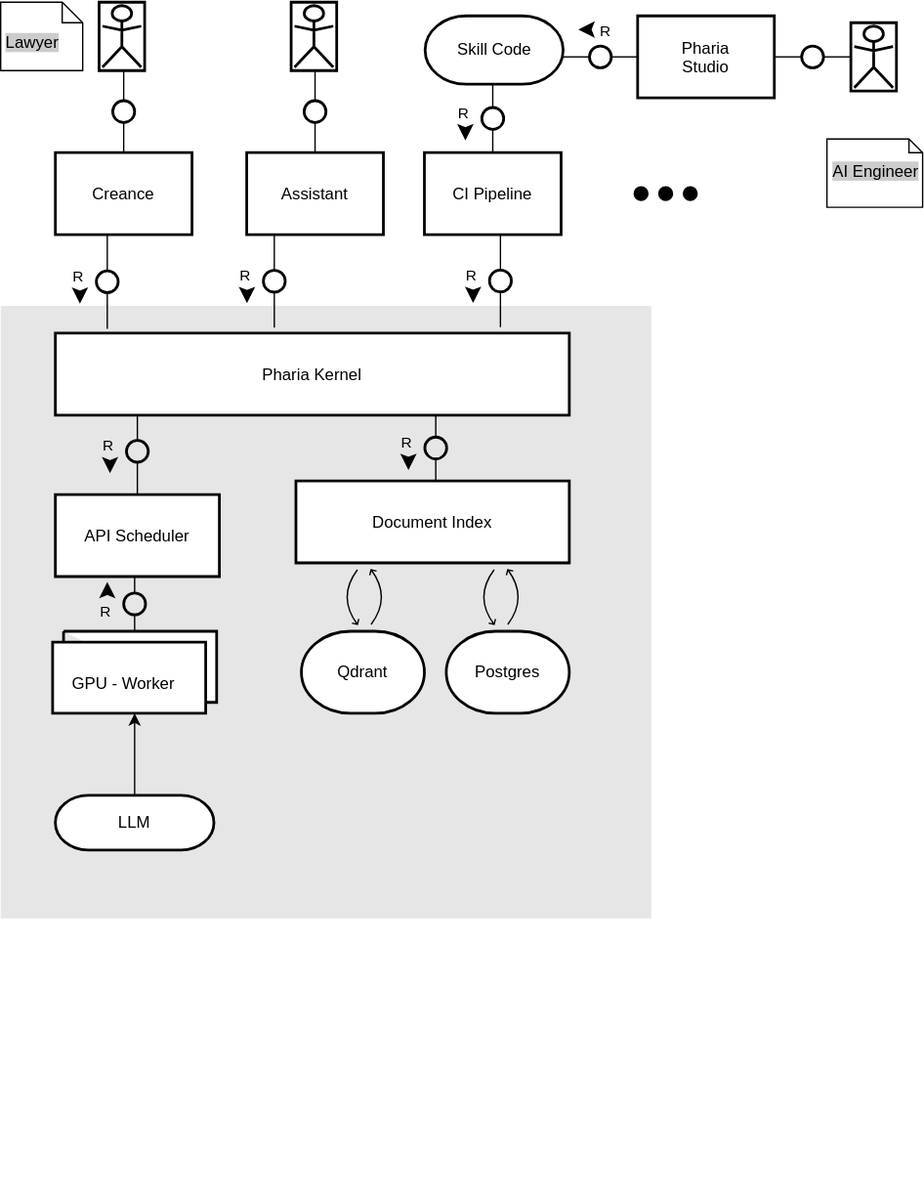
The draw.io diagram tam/pharia-os-running.drawio.svg in Aleph-Alpha/pharia-engine, before a commit. Source tidied: cells renumbered, new cells last; positions are measured from the earlier drawing's top-left corner, leaving out a move shared by most shapes.
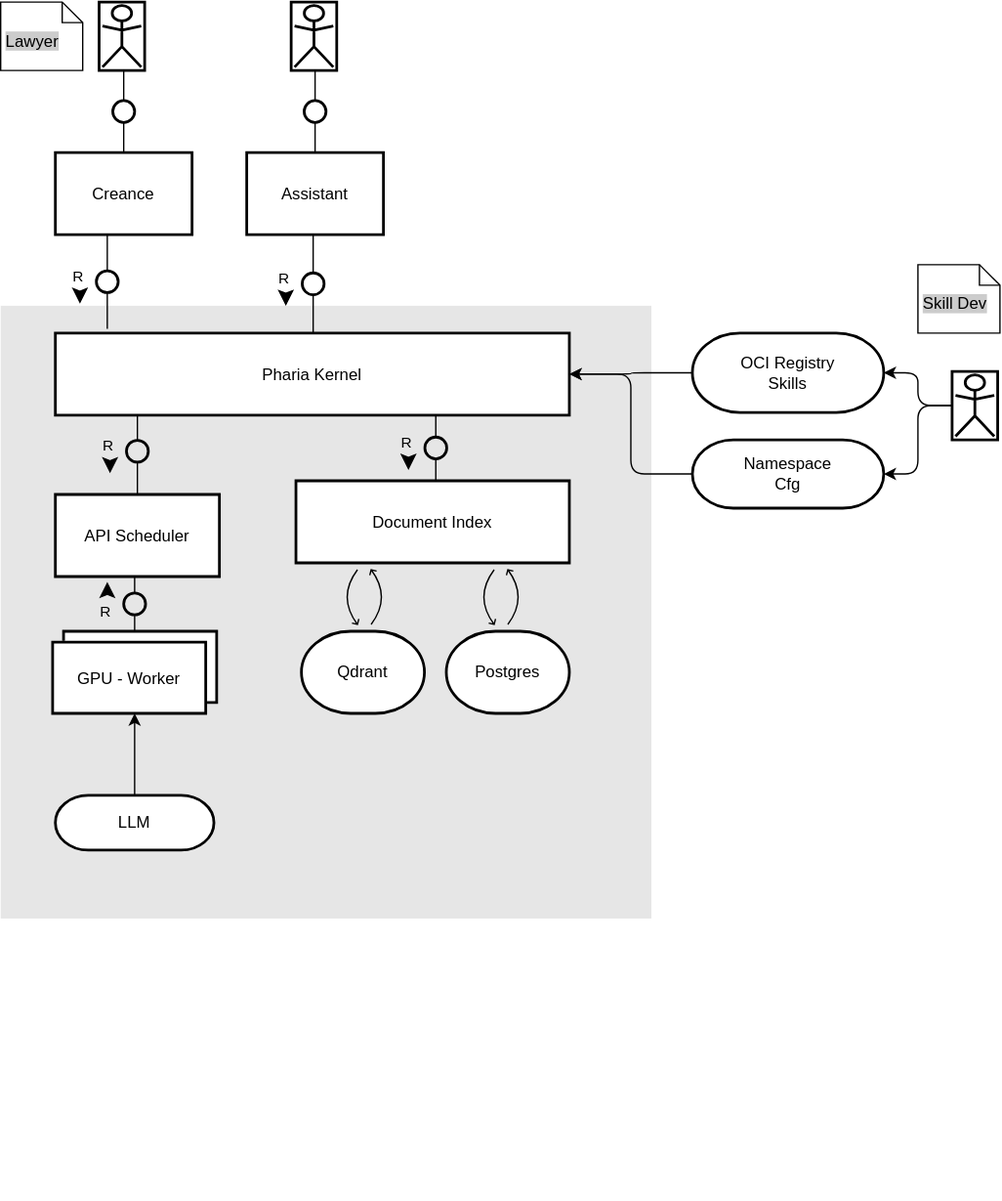
Later version of the same file.

Change to the diagram source:
```diff
@@ -6,7 +6,7 @@
       <mxGeometry y="222" width="476" height="448" as="geometry" />
     </mxCell>
     <mxCell id="3" value="Best viewed with the &lt;a href=&quot;https://github.com/ariel-bentu/tam-drawio&quot;&gt;TAM plugin&lt;/a&gt;" style="text;html=1;shape=tamPluginMissing;" parent="1" vertex="1">
-      <mxGeometry x="237.2" y="851.4" width="200" height="25" as="geometry" />
+      <mxGeometry x="265.5" y="851.4" width="200" height="25" as="geometry" />
     </mxCell>
     <mxCell id="4" value="Creance" style="shape=agent;offsetSize=8;strokeWidth=2;" parent="1" vertex="1">
       <mxGeometry x="40" y="110" width="100" height="60" as="geometry" />
@@ -17,12 +17,9 @@
     <mxCell id="6" style="shape=useedge;vertical=true;edgeStyle=none;endArrow=none;useSignPosition=left;useSignDirection=south;entryX=0.5;entryY=1;entryDx=0;entryDy=0;exitX=0.101;exitY=-0.053;exitDx=0;exitDy=0;exitPerimeter=0;" parent="1" edge="1" source="34" target="4">
       <mxGeometry relative="1" as="geometry" />
     </mxCell>
-    <mxCell id="7" style="shape=useedge;vertical=true;edgeStyle=none;endArrow=none;useSignPosition=left;useSignDirection=south;entryX=0.5;entryY=1;entryDx=0;entryDy=0;exitX=0.426;exitY=-0.067;exitDx=0;exitDy=0;exitPerimeter=0;" parent="1" edge="1" source="34" target="5">
+    <mxCell id="7" style="shape=useedge;vertical=true;edgeStyle=none;endArrow=none;useSignPosition=left;useSignDirection=south;entryX=0.5;entryY=1;entryDx=0;entryDy=0;" parent="1" edge="1" source="34" target="5">
       <mxGeometry relative="1" as="geometry" />
     </mxCell>
-    <mxCell id="8" style="shape=dot3;" parent="1" vertex="1">
-      <mxGeometry x="461" y="132.5" width="55" height="15" as="geometry" />
-    </mxCell>
     <mxCell id="9" value="API Scheduler" style="shape=agent;offsetSize=8;strokeWidth=2;" parent="1" vertex="1">
       <mxGeometry x="40" y="360" width="120" height="60" as="geometry" />
     </mxCell>
@@ -71,38 +68,35 @@
     <mxCell id="24" style="edgeStyle=elbowEdgeStyle;html=1;labelBackgroundColor=none;rounded=0;elbow=vertical;endArrow=classic;endFill=1;align=center;exitX=0.5;exitY=0;exitDx=0;exitDy=0;entryX=0.5;entryY=1;entryDx=0;entryDy=0;" parent="1" edge="1" source="23" target="10">
       <mxGeometry relative="1" as="geometry" />
     </mxCell>
-    <mxCell id="25" value="CI Pipeline" style="shape=agent;offsetSize=8;strokeWidth=2;" parent="1" vertex="1">
-      <mxGeometry x="310" y="110" width="100" height="60" as="geometry" />
-    </mxCell>
-    <mxCell id="26" style="shape=useedge;vertical=true;edgeStyle=none;endArrow=none;useSignPosition=left;useSignDirection=south;entryX=0.25;entryY=1;entryDx=0;entryDy=0;exitX=0.866;exitY=-0.073;exitDx=0;exitDy=0;exitPerimeter=0;" parent="1" edge="1" source="34" target="25">
-      <mxGeometry relative="1" as="geometry" />
-    </mxCell>
-    <mxCell id="27" value="Skill Code" style="rounded=1;whiteSpace=wrap;html=1;arcSize=60;strokeWidth=2;" parent="1" vertex="1">
-      <mxGeometry x="310.5" y="10" width="101" height="50" as="geometry" />
-    </mxCell>
-    <mxCell id="28" style="shape=useedge;vertical=true;edgeStyle=none;endArrow=none;useSignPosition=left;useSignDirection=south;entryX=0.5;entryY=1;entryDx=0;entryDy=0;exitX=0.5;exitY=0;exitDx=0;exitDy=0;" parent="1" edge="1" source="25" target="27">
-      <mxGeometry relative="1" as="geometry" />
-    </mxCell>
-    <mxCell id="29" value="Pharia&#10;Studio" style="shape=agent;offsetSize=8;strokeWidth=2;" parent="1" vertex="1">
-      <mxGeometry x="466" y="10" width="100" height="60" as="geometry" />
-    </mxCell>
-    <mxCell id="30" style="shape=useedge;endArrow=none;edgeStyle=none;useSignPosition=up;useSignDirection=east;exitX=0;exitY=0.5;exitDx=0;exitDy=0;entryX=1;entryY=0.5;entryDx=0;entryDy=0;" parent="1" edge="1" source="29" target="27">
-      <mxGeometry relative="1" as="geometry" />
-    </mxCell>
-    <mxCell id="31" style="shape=actor;horizontalLabelPosition=right;align=left;labelPosition=right;strokeWidth=2;" parent="1" vertex="1">
-      <mxGeometry x="622" y="15" width="35" height="50" as="geometry" />
-    </mxCell>
-    <mxCell id="32" style="shape=useedge;endArrow=none;edgeStyle=none;useSignPosition=up;useSignDirection=none;entryX=0;entryY=0.5;entryDx=0;entryDy=0;exitX=1;exitY=0.5;exitDx=0;exitDy=0;" parent="1" edge="1" source="29" target="31">
-      <mxGeometry relative="1" as="geometry" />
-    </mxCell>
-    <mxCell id="33" value="&lt;font style=&quot;background-color: rgb(204, 204, 204);&quot; color=&quot;#000000&quot;&gt;AI Engineer&lt;/font&gt;" style="shape=note2;boundedLbl=1;whiteSpace=wrap;html=1;size=10;spacingLeft=2;verticalAlign=top;align=left;fillColor=#FFFFFF;" parent="1" vertex="1">
-      <mxGeometry x="604.5" y="100" width="70" height="50" as="geometry" />
-    </mxCell>
     <mxCell id="34" value="Pharia Kernel" style="shape=agent;offsetSize=8;strokeWidth=2;" parent="1" vertex="1">
       <mxGeometry x="40" y="242" width="376" height="60" as="geometry" />
     </mxCell>
     <mxCell id="35" value="Document Index" style="shape=agent;offsetSize=8;strokeWidth=2;" parent="1" vertex="1">
       <mxGeometry x="216" y="350" width="200" height="60" as="geometry" />
     </mxCell>
+    <mxCell id="36" value="OCI Registry&lt;br&gt;Skills" style="rounded=1;whiteSpace=wrap;html=1;arcSize=60;strokeWidth=2;" parent="1" vertex="1">
+      <mxGeometry x="506" y="242" width="140" height="58" as="geometry" />
+    </mxCell>
+    <mxCell id="37" style="edgeStyle=elbowEdgeStyle;html=1;labelBackgroundColor=none;rounded=1;elbow=horizontal;endArrow=classic;endFill=1;align=left;exitX=0;exitY=0.5;exitDx=0;exitDy=0;entryX=1;entryY=0.5;entryDx=0;entryDy=0;" parent="1" edge="1" source="36" target="34">
+      <mxGeometry relative="1" as="geometry" />
+    </mxCell>
+    <mxCell id="38" value="Namespace&lt;br&gt;Cfg" style="rounded=1;whiteSpace=wrap;html=1;arcSize=60;strokeWidth=2;" parent="1" vertex="1">
+      <mxGeometry x="506" y="320" width="140" height="50" as="geometry" />
+    </mxCell>
+    <mxCell id="39" style="edgeStyle=elbowEdgeStyle;html=1;labelBackgroundColor=none;rounded=1;elbow=horizontal;endArrow=classic;endFill=1;align=left;exitX=0;exitY=0.5;exitDx=0;exitDy=0;" parent="1" edge="1" source="38" target="34">
+      <mxGeometry relative="1" as="geometry" />
+    </mxCell>
+    <mxCell id="40" style="shape=actor;horizontalLabelPosition=right;align=left;labelPosition=right;strokeWidth=2;" parent="1" vertex="1">
+      <mxGeometry x="696" y="270" width="35" height="50" as="geometry" />
+    </mxCell>
+    <mxCell id="41" style="edgeStyle=elbowEdgeStyle;html=1;labelBackgroundColor=none;rounded=1;elbow=horizontal;endArrow=classic;endFill=1;align=left;entryX=1;entryY=0.5;entryDx=0;entryDy=0;exitX=0;exitY=0.5;exitDx=0;exitDy=0;" parent="1" edge="1" source="40" target="36">
+      <mxGeometry relative="1" as="geometry" />
+    </mxCell>
+    <mxCell id="42" style="edgeStyle=elbowEdgeStyle;html=1;labelBackgroundColor=none;rounded=1;elbow=horizontal;endArrow=classic;endFill=1;align=left;exitX=0;exitY=0.5;exitDx=0;exitDy=0;entryX=1;entryY=0.5;entryDx=0;entryDy=0;" parent="1" edge="1" source="40" target="38">
+      <mxGeometry relative="1" as="geometry" />
+    </mxCell>
+    <mxCell id="43" value="Skill Dev" style="shape=note2;boundedLbl=1;whiteSpace=wrap;html=1;size=15;spacingLeft=2;verticalAlign=top;align=left;fillColor=#FFFFFF;labelBackgroundColor=#CCCCCC;fontColor=#000000;" parent="1" vertex="1">
+      <mxGeometry x="671" y="192" width="60" height="50" as="geometry" />
+    </mxCell>
   </root>
 </mxGraphModel>
```
